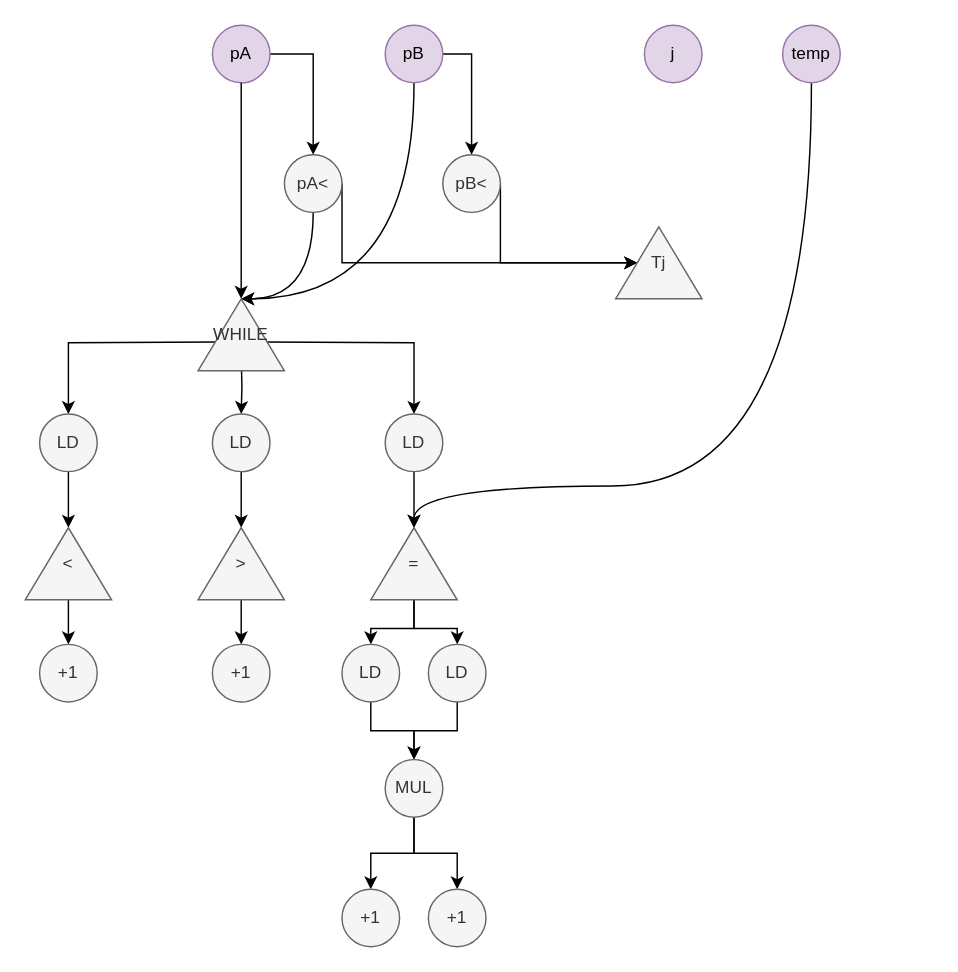
HPC-SDC/Operator keeps this draw.io diagram as test02.drawio. Above is the earlier version. Source tidied: cells renumbered, new cells numbered last; positions are measured from the earlier drawing's top-left corner, leaving out a move shared by most shapes. Both pictures are drawn from the tidied source at 144%, with x=0, y=0 at pixel (24, 24).
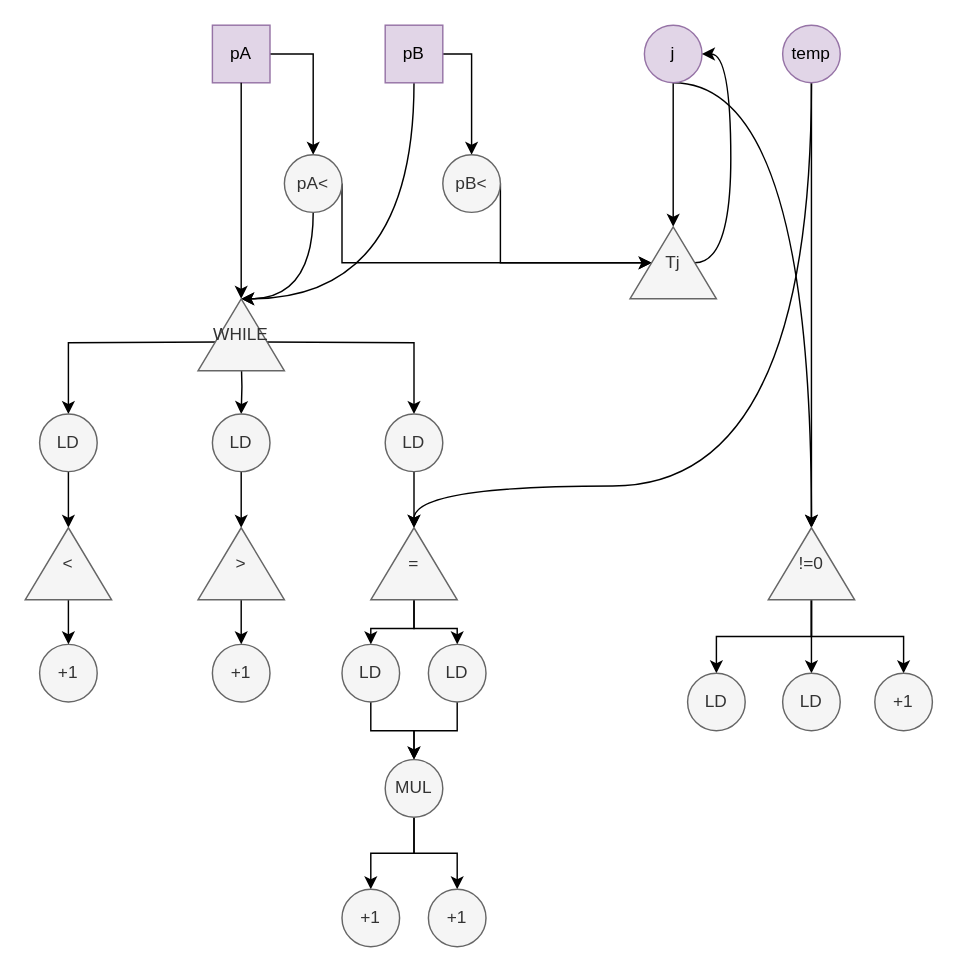
After the change.

Unchanged cells that the change refers to:
```xml
<mxCell id="7" value="j" style="ellipse;whiteSpace=wrap;html=1;fillColor=#e1d5e7;strokeColor=#9673a6;" parent="1" vertex="1">
  <mxGeometry x="430" width="40" height="40" as="geometry" />
</mxCell>
<mxCell id="9" value="temp" style="ellipse;whiteSpace=wrap;html=1;fillColor=#e1d5e7;strokeColor=#9673a6;" parent="1" vertex="1">
  <mxGeometry x="526" width="40" height="40" as="geometry" />
</mxCell>
```

Diff of the diagram source:
```diff
@@
-    <mxCell id="3" value="pA" style="ellipse;whiteSpace=wrap;html=1;fillColor=#e1d5e7;strokeColor=#9673a6;" parent="1" vertex="1">
+    <mxCell id="3" value="pA" style="rectangle;whiteSpace=wrap;html=1;fillColor=#e1d5e7;strokeColor=#9673a6;perimeter=rectanglePerimeter;" parent="1" vertex="1">
       <mxGeometry x="130" width="40" height="40" as="geometry" />
     </mxCell>
@@
-    <mxCell id="6" value="pB" style="ellipse;whiteSpace=wrap;html=1;fillColor=#e1d5e7;strokeColor=#9673a6;" parent="1" vertex="1">
+    <mxCell id="6" value="pB" style="rectangle;whiteSpace=wrap;html=1;fillColor=#e1d5e7;strokeColor=#9673a6;" parent="1" vertex="1">
       <mxGeometry x="250" width="40" height="40" as="geometry" />
     </mxCell>
+    <mxCell id="45" style="edgeStyle=orthogonalEdgeStyle;rounded=0;jettySize=auto;html=1;exitX=0.5;exitY=1;exitDx=0;exitDy=0;entryX=1;entryY=0.5;entryDx=0;entryDy=0;" parent="1" edge="1" source="7" target="44">
+      <mxGeometry relative="1" as="geometry" />
+    </mxCell>
+    <mxCell id="46" style="edgeStyle=orthogonalEdgeStyle;rounded=0;jettySize=auto;html=1;exitX=0.5;exitY=1;exitDx=0;exitDy=0;entryX=1;entryY=0.5;entryDx=0;entryDy=0;curved=1;" parent="1" edge="1" source="7" target="52">
+      <mxGeometry relative="1" as="geometry">
+        <Array as="points">
+          <mxPoint x="546" y="40" />
+        </Array>
+      </mxGeometry>
+    </mxCell>
@@
+    <mxCell id="47" style="edgeStyle=orthogonalEdgeStyle;rounded=0;jettySize=auto;html=1;exitX=0.5;exitY=1;exitDx=0;exitDy=0;entryX=1;entryY=0.5;entryDx=0;entryDy=0;" parent="1" edge="1" source="9" target="52">
+      <mxGeometry relative="1" as="geometry" />
+    </mxCell>
@@
+    <mxCell id="48" style="edgeStyle=orthogonalEdgeStyle;rounded=0;jettySize=auto;html=1;exitX=0.5;exitY=1;exitDx=0;exitDy=0;entryX=1;entryY=0.5;entryDx=0;entryDy=0;curved=1;" parent="1" edge="1" source="44" target="7">
+      <mxGeometry relative="1" as="geometry">
+        <Array as="points">
+          <mxPoint x="490" y="165" />
+          <mxPoint x="490" y="20" />
+        </Array>
+      </mxGeometry>
+    </mxCell>
     <mxCell id="44" value="Tj" style="triangle;whiteSpace=wrap;html=1;direction=north;fillColor=#f5f5f5;fontColor=#333333;strokeColor=#666666;" parent="1" vertex="1">
-      <mxGeometry x="410" y="140" width="60" height="50" as="geometry" />
+      <mxGeometry x="420" y="140" width="60" height="50" as="geometry" />
     </mxCell>
+    <mxCell id="49" style="edgeStyle=orthogonalEdgeStyle;rounded=0;jettySize=auto;html=1;exitX=0;exitY=0.5;exitDx=0;exitDy=0;entryX=0.5;entryY=0;entryDx=0;entryDy=0;" parent="1" edge="1" source="52" target="53">
+      <mxGeometry relative="1" as="geometry" />
+    </mxCell>
+    <mxCell id="50" style="edgeStyle=orthogonalEdgeStyle;rounded=0;jettySize=auto;html=1;exitX=0;exitY=0.5;exitDx=0;exitDy=0;entryX=0.5;entryY=0;entryDx=0;entryDy=0;" parent="1" edge="1" source="52" target="54">
+      <mxGeometry relative="1" as="geometry" />
+    </mxCell>
+    <mxCell id="51" style="edgeStyle=orthogonalEdgeStyle;rounded=0;jettySize=auto;html=1;exitX=0;exitY=0.5;exitDx=0;exitDy=0;entryX=0.5;entryY=0;entryDx=0;entryDy=0;" parent="1" edge="1" source="52" target="55">
+      <mxGeometry relative="1" as="geometry" />
+    </mxCell>
+    <mxCell id="52" value="!=0" style="triangle;whiteSpace=wrap;html=1;direction=north;fillColor=#f5f5f5;fontColor=#333333;strokeColor=#666666;" parent="1" vertex="1">
+      <mxGeometry x="516" y="349" width="60" height="50" as="geometry" />
+    </mxCell>
+    <mxCell id="53" value="LD" style="ellipse;whiteSpace=wrap;html=1;fillColor=#f5f5f5;strokeColor=#666666;fontColor=#333333;" parent="1" vertex="1">
+      <mxGeometry x="460" y="450" width="40" height="40" as="geometry" />
+    </mxCell>
+    <mxCell id="54" value="LD" style="ellipse;whiteSpace=wrap;html=1;fillColor=#f5f5f5;strokeColor=#666666;fontColor=#333333;" parent="1" vertex="1">
+      <mxGeometry x="526" y="450" width="40" height="40" as="geometry" />
+    </mxCell>
+    <mxCell id="55" value="+1" style="ellipse;whiteSpace=wrap;html=1;fillColor=#f5f5f5;strokeColor=#666666;fontColor=#333333;" parent="1" vertex="1">
+      <mxGeometry x="590" y="450" width="40" height="40" as="geometry" />
+    </mxCell>
```
